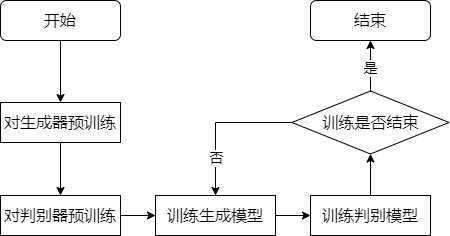
Above: seagan-d.drawio.png in lakomi/pictures (draw.io), before the change. Source tidied: cells renumbered, new cells last; positions are measured from the earlier drawing's top-left corner, leaving out a move shared by most shapes. Source of this version:
```xml
<mxGraphModel>
  <root>
    <mxCell id="0" />
    <mxCell id="1" parent="0" />
    <mxCell id="2" style="edgeStyle=orthogonalEdgeStyle;rounded=0;jettySize=auto;html=1;exitX=0.5;exitY=1;exitDx=0;exitDy=0;fontSize=16;" parent="1" edge="1" source="3" target="7">
      <mxGeometry relative="1" as="geometry" />
    </mxCell>
    <mxCell id="3" value="对生成器预训练" style="rounded=0;whiteSpace=wrap;html=1;fontSize=16;" parent="1" vertex="1">
      <mxGeometry y="102" width="120" height="40" as="geometry" />
    </mxCell>
    <mxCell id="4" style="edgeStyle=orthogonalEdgeStyle;rounded=0;jettySize=auto;html=1;exitX=0.5;exitY=1;exitDx=0;exitDy=0;fontSize=16;" parent="1" edge="1" source="5" target="3">
      <mxGeometry relative="1" as="geometry" />
    </mxCell>
    <mxCell id="5" value="开始" style="rounded=1;whiteSpace=wrap;html=1;fontSize=16;" parent="1" vertex="1">
      <mxGeometry width="120" height="40" as="geometry" />
    </mxCell>
    <mxCell id="6" style="edgeStyle=orthogonalEdgeStyle;rounded=0;jettySize=auto;html=1;exitX=1;exitY=0.5;exitDx=0;exitDy=0;fontSize=16;" parent="1" edge="1" source="7" target="9">
      <mxGeometry relative="1" as="geometry" />
    </mxCell>
    <mxCell id="7" value="对判别器预训练" style="rounded=0;whiteSpace=wrap;html=1;fontSize=16;" parent="1" vertex="1">
      <mxGeometry y="195" width="120" height="40" as="geometry" />
    </mxCell>
    <mxCell id="8" style="edgeStyle=orthogonalEdgeStyle;rounded=0;jettySize=auto;html=1;exitX=1;exitY=0.5;exitDx=0;exitDy=0;fontSize=16;" parent="1" edge="1" target="11">
      <mxGeometry relative="1" as="geometry">
        <mxPoint x="272" y="215" as="sourcePoint" />
      </mxGeometry>
    </mxCell>
    <mxCell id="9" value="训练生成模型" style="rounded=0;whiteSpace=wrap;html=1;fontSize=16;" parent="1" vertex="1">
      <mxGeometry x="155" y="195" width="120" height="40" as="geometry" />
    </mxCell>
    <mxCell id="10" style="edgeStyle=orthogonalEdgeStyle;rounded=0;jettySize=auto;html=1;exitX=0.5;exitY=0;exitDx=0;exitDy=0;entryX=0.5;entryY=1;entryDx=0;entryDy=0;entryPerimeter=0;fontSize=14;" parent="1" edge="1" source="11" target="15">
      <mxGeometry relative="1" as="geometry" />
    </mxCell>
    <mxCell id="11" value="训练判别模型" style="rounded=0;whiteSpace=wrap;html=1;fontSize=16;" parent="1" vertex="1">
      <mxGeometry x="310" y="195" width="120" height="40" as="geometry" />
    </mxCell>
    <mxCell id="12" style="edgeStyle=orthogonalEdgeStyle;rounded=0;jettySize=auto;html=1;exitX=0;exitY=0.5;exitDx=0;exitDy=0;exitPerimeter=0;fontSize=14;" parent="1" edge="1" source="15" target="9">
      <mxGeometry relative="1" as="geometry" />
    </mxCell>
    <mxCell id="13" value="否" style="edgeLabel;html=1;align=center;verticalAlign=middle;fontSize=14;" parent="12" vertex="1">
      <mxGeometry x="0.29" y="1" relative="1" as="geometry">
        <mxPoint x="-1" y="15" as="offset" />
      </mxGeometry>
    </mxCell>
    <mxCell id="14" style="edgeStyle=orthogonalEdgeStyle;rounded=0;jettySize=auto;html=1;exitX=0.5;exitY=0;exitDx=0;exitDy=0;exitPerimeter=0;entryX=0.5;entryY=1;entryDx=0;entryDy=0;fontSize=14;" parent="1" edge="1" source="15" target="16">
      <mxGeometry relative="1" as="geometry" />
    </mxCell>
    <mxCell id="15" value="训练是否结束" style="strokeWidth=1;html=1;shape=mxgraph.flowchart.decision;whiteSpace=wrap;fontSize=16;" parent="1" vertex="1">
      <mxGeometry x="291.5" y="90.5" width="157" height="63" as="geometry" />
    </mxCell>
    <mxCell id="16" value="结束" style="rounded=1;whiteSpace=wrap;html=1;fontSize=16;" parent="1" vertex="1">
      <mxGeometry x="310" width="120" height="40" as="geometry" />
    </mxCell>
    <mxCell id="17" value="是" style="edgeLabel;html=1;align=center;verticalAlign=middle;fontSize=14;" parent="1" vertex="1">
      <mxGeometry x="381" y="71" as="geometry">
        <mxPoint x="-12" y="-4" as="offset" />
      </mxGeometry>
    </mxCell>
  </root>
</mxGraphModel>
```
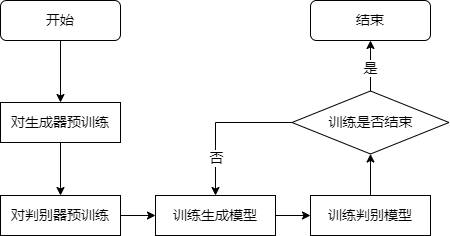
Later version of the same file.

Change to the diagram source:
```diff
@@ -2,36 +2,36 @@
   <root>
     <mxCell id="0" />
     <mxCell id="1" parent="0" />
-    <mxCell id="2" style="edgeStyle=orthogonalEdgeStyle;rounded=0;jettySize=auto;html=1;exitX=0.5;exitY=1;exitDx=0;exitDy=0;fontSize=16;" parent="1" edge="1" source="3" target="7">
+    <mxCell id="2" style="edgeStyle=orthogonalEdgeStyle;rounded=0;jettySize=auto;html=1;exitX=0.5;exitY=1;exitDx=0;exitDy=0;fontSize=14;" parent="1" edge="1" source="3" target="7">
       <mxGeometry relative="1" as="geometry" />
     </mxCell>
-    <mxCell id="3" value="对生成器预训练" style="rounded=0;whiteSpace=wrap;html=1;fontSize=16;" parent="1" vertex="1">
+    <mxCell id="3" value="对生成器预训练" style="rounded=0;whiteSpace=wrap;html=1;fontSize=14;" parent="1" vertex="1">
       <mxGeometry y="102" width="120" height="40" as="geometry" />
     </mxCell>
-    <mxCell id="4" style="edgeStyle=orthogonalEdgeStyle;rounded=0;jettySize=auto;html=1;exitX=0.5;exitY=1;exitDx=0;exitDy=0;fontSize=16;" parent="1" edge="1" source="5" target="3">
+    <mxCell id="4" style="edgeStyle=orthogonalEdgeStyle;rounded=0;jettySize=auto;html=1;exitX=0.5;exitY=1;exitDx=0;exitDy=0;fontSize=14;" parent="1" edge="1" source="5" target="3">
       <mxGeometry relative="1" as="geometry" />
     </mxCell>
-    <mxCell id="5" value="开始" style="rounded=1;whiteSpace=wrap;html=1;fontSize=16;" parent="1" vertex="1">
+    <mxCell id="5" value="开始" style="rounded=1;whiteSpace=wrap;html=1;fontSize=14;" parent="1" vertex="1">
       <mxGeometry width="120" height="40" as="geometry" />
     </mxCell>
-    <mxCell id="6" style="edgeStyle=orthogonalEdgeStyle;rounded=0;jettySize=auto;html=1;exitX=1;exitY=0.5;exitDx=0;exitDy=0;fontSize=16;" parent="1" edge="1" source="7" target="9">
+    <mxCell id="6" style="edgeStyle=orthogonalEdgeStyle;rounded=0;jettySize=auto;html=1;exitX=1;exitY=0.5;exitDx=0;exitDy=0;fontSize=14;" parent="1" edge="1" source="7" target="9">
       <mxGeometry relative="1" as="geometry" />
     </mxCell>
-    <mxCell id="7" value="对判别器预训练" style="rounded=0;whiteSpace=wrap;html=1;fontSize=16;" parent="1" vertex="1">
+    <mxCell id="7" value="对判别器预训练" style="rounded=0;whiteSpace=wrap;html=1;fontSize=14;" parent="1" vertex="1">
       <mxGeometry y="195" width="120" height="40" as="geometry" />
     </mxCell>
-    <mxCell id="8" style="edgeStyle=orthogonalEdgeStyle;rounded=0;jettySize=auto;html=1;exitX=1;exitY=0.5;exitDx=0;exitDy=0;fontSize=16;" parent="1" edge="1" target="11">
+    <mxCell id="8" style="edgeStyle=orthogonalEdgeStyle;rounded=0;jettySize=auto;html=1;exitX=1;exitY=0.5;exitDx=0;exitDy=0;fontSize=14;" parent="1" edge="1" target="11">
       <mxGeometry relative="1" as="geometry">
         <mxPoint x="272" y="215" as="sourcePoint" />
       </mxGeometry>
     </mxCell>
-    <mxCell id="9" value="训练生成模型" style="rounded=0;whiteSpace=wrap;html=1;fontSize=16;" parent="1" vertex="1">
+    <mxCell id="9" value="训练生成模型" style="rounded=0;whiteSpace=wrap;html=1;fontSize=14;" parent="1" vertex="1">
       <mxGeometry x="155" y="195" width="120" height="40" as="geometry" />
     </mxCell>
     <mxCell id="10" style="edgeStyle=orthogonalEdgeStyle;rounded=0;jettySize=auto;html=1;exitX=0.5;exitY=0;exitDx=0;exitDy=0;entryX=0.5;entryY=1;entryDx=0;entryDy=0;entryPerimeter=0;fontSize=14;" parent="1" edge="1" source="11" target="15">
       <mxGeometry relative="1" as="geometry" />
     </mxCell>
-    <mxCell id="11" value="训练判别模型" style="rounded=0;whiteSpace=wrap;html=1;fontSize=16;" parent="1" vertex="1">
+    <mxCell id="11" value="训练判别模型" style="rounded=0;whiteSpace=wrap;html=1;fontSize=14;" parent="1" vertex="1">
       <mxGeometry x="310" y="195" width="120" height="40" as="geometry" />
     </mxCell>
     <mxCell id="12" style="edgeStyle=orthogonalEdgeStyle;rounded=0;jettySize=auto;html=1;exitX=0;exitY=0.5;exitDx=0;exitDy=0;exitPerimeter=0;fontSize=14;" parent="1" edge="1" source="15" target="9">
@@ -45,10 +45,10 @@
     <mxCell id="14" style="edgeStyle=orthogonalEdgeStyle;rounded=0;jettySize=auto;html=1;exitX=0.5;exitY=0;exitDx=0;exitDy=0;exitPerimeter=0;entryX=0.5;entryY=1;entryDx=0;entryDy=0;fontSize=14;" parent="1" edge="1" source="15" target="16">
       <mxGeometry relative="1" as="geometry" />
     </mxCell>
-    <mxCell id="15" value="训练是否结束" style="strokeWidth=1;html=1;shape=mxgraph.flowchart.decision;whiteSpace=wrap;fontSize=16;" parent="1" vertex="1">
+    <mxCell id="15" value="训练是否结束" style="strokeWidth=1;html=1;shape=mxgraph.flowchart.decision;whiteSpace=wrap;fontSize=14;" parent="1" vertex="1">
       <mxGeometry x="291.5" y="90.5" width="157" height="63" as="geometry" />
     </mxCell>
-    <mxCell id="16" value="结束" style="rounded=1;whiteSpace=wrap;html=1;fontSize=16;" parent="1" vertex="1">
+    <mxCell id="16" value="结束" style="rounded=1;whiteSpace=wrap;html=1;fontSize=14;" parent="1" vertex="1">
       <mxGeometry x="310" width="120" height="40" as="geometry" />
     </mxCell>
     <mxCell id="17" value="是" style="edgeLabel;html=1;align=center;verticalAlign=middle;fontSize=14;" parent="1" vertex="1">
```
